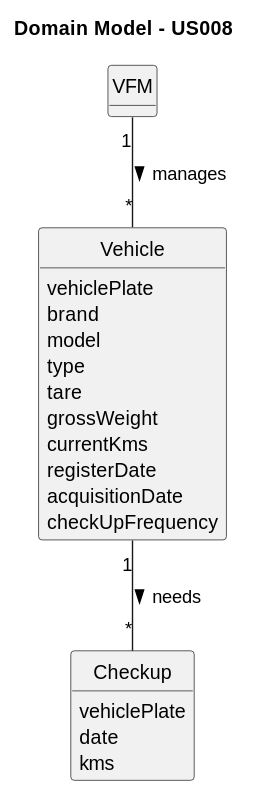
Before: docs/sprintB/us008/02.analysis/svg/us008-domain-model.svg, a diagram exported from PlantUML (Departamento-de-Engenharia-Informatica/lei-24-s2-1dm-g132).
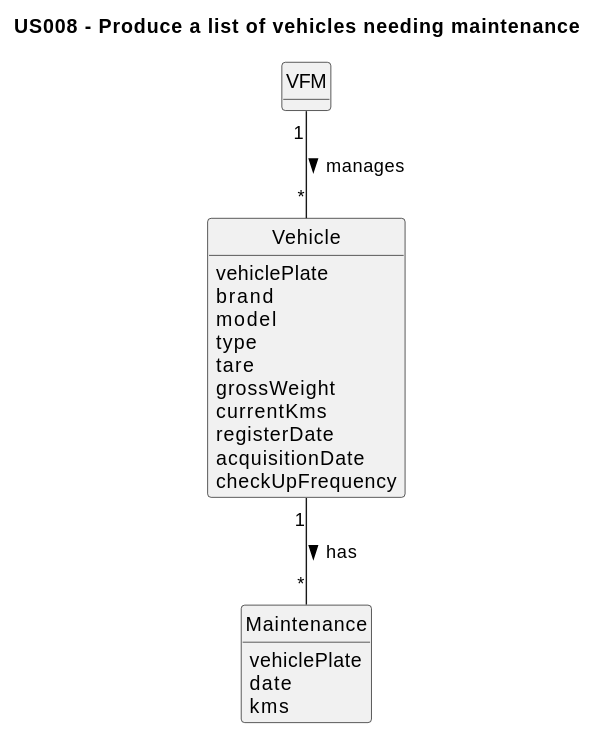
After the change.

Commit message:
US08 domain model update: change to "has"

Diff of the diagram source:
```diff
@@ -9,8 +9,7 @@
 hide circle
 hide methods
 
-title Domain Model - US008
-
+title US008 - Produce a list of vehicles needing maintenance
 
 class Vehicle {
     vehiclePlate
@@ -28,12 +27,12 @@
 class VFM {
 }
 
-class Checkup {
+class Maintenance {
     vehiclePlate
     date
     kms
 }
 
 VFM "1" -- "*" Vehicle : manages >
-Vehicle "1" -- "*" Checkup : needs >
+Vehicle "1" -- "*" Maintenance : has >
 @enduml
```
